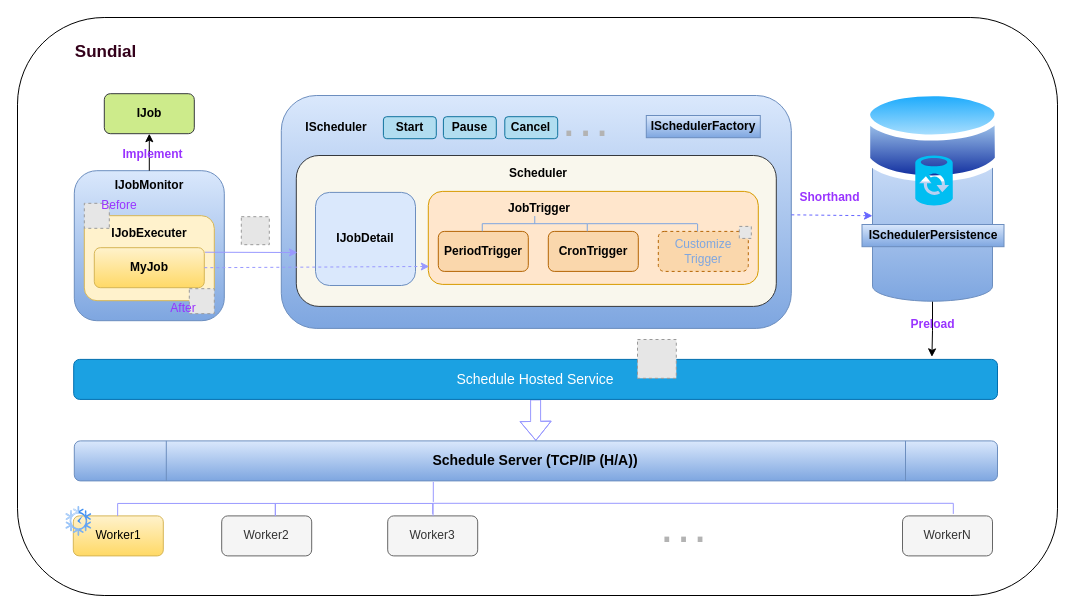
Before: drawio/Sundial.drawio in MonkSoul/Sundial, a draw.io diagram. Source tidied: cells renumbered, new cells numbered last; positions are measured from the earlier drawing's top-left corner, leaving out a move shared by most shapes. Both pictures are drawn from the tidied source at 100%, with x=0, y=0 at pixel (17, 17). Pictures stored in the file or linked from it are replaced by grey dashed boxes.
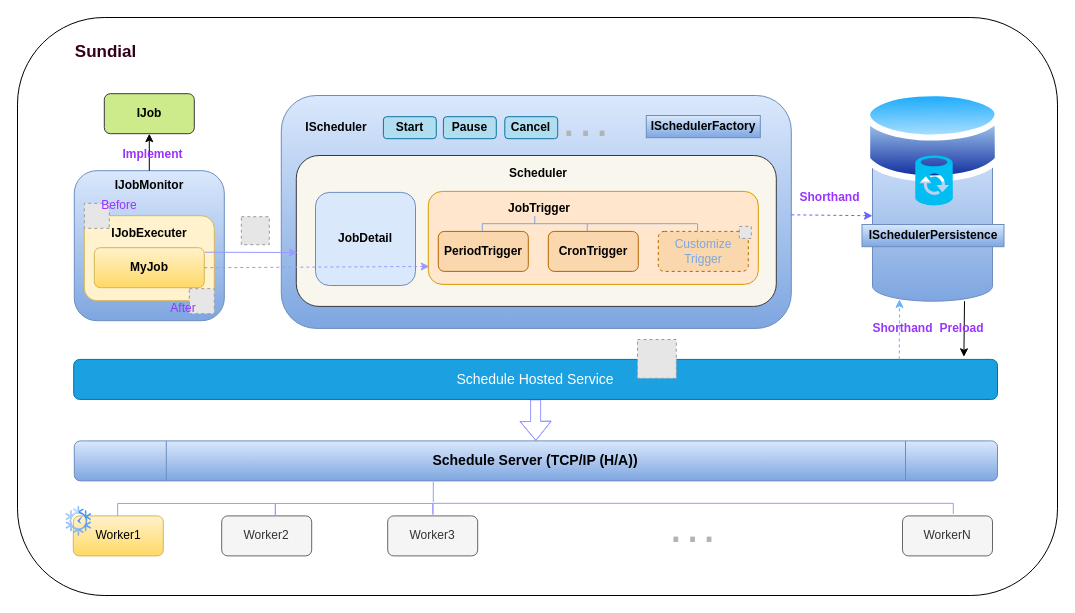
Above is the later version.

Unchanged cells that the change refers to:
```xml
<mxCell id="38" value="Schedule Hosted Service" style="rounded=1;whiteSpace=wrap;html=1;fontSize=14;strokeColor=#006EAF;strokeWidth=1;fillColor=#1ba1e2;fontColor=#ffffff;" parent="1" vertex="1">
  <mxGeometry x="56.2" y="341.9" width="923.8" height="40" as="geometry" />
</mxCell>
<mxCell id="52" style="shape=cylinder3;whiteSpace=wrap;html=1;boundedLbl=1;backgroundOutline=1;size=15;fillColor=#dae8fc;gradientColor=#7ea6e0;strokeColor=#6c8ebf;" parent="1" vertex="1">
  <mxGeometry x="855" y="112.8" width="120" height="170.9" as="geometry" />
</mxCell>
```

Diff of the diagram source:
```diff
@@
-    <mxCell id="11" value="IJobDetail" style="rounded=1;whiteSpace=wrap;html=1;fontStyle=1;fillColor=#dae8fc;strokeColor=#6c8ebf;" parent="1" vertex="1">
+    <mxCell id="11" value="JobDetail" style="rounded=1;whiteSpace=wrap;html=1;fontStyle=1;fillColor=#dae8fc;strokeColor=#6c8ebf;" parent="1" vertex="1">
       <mxGeometry x="298" y="174.9" width="100" height="93.1" as="geometry" />
     </mxCell>
@@
     <mxCell id="43" value="···" style="text;html=1;align=center;verticalAlign=middle;strokeColor=none;fillColor=none;fontColor=#B3B3B3;fontSize=50;" parent="1" vertex="1">
-      <mxGeometry x="631" y="483.4" width="70" height="70" as="geometry" />
+      <mxGeometry x="640" y="483.4" width="70" height="70" as="geometry" />
     </mxCell>
@@
-    <mxCell id="51" style="edgeStyle=orthogonalEdgeStyle;rounded=0;jettySize=auto;html=1;entryX=0.929;entryY=-0.063;entryDx=0;entryDy=0;entryPerimeter=0;" parent="1" edge="1" source="52" target="38">
-      <mxGeometry relative="1" as="geometry" />
+    <mxCell id="51" style="edgeStyle=orthogonalEdgeStyle;rounded=0;orthogonalLoop=1;jettySize=auto;html=1;entryX=0.929;entryY=-0.063;entryDx=0;entryDy=0;entryPerimeter=0;" parent="1" edge="1">
+      <mxGeometry relative="1" as="geometry">
+        <mxPoint x="947" y="283.7" as="sourcePoint" />
+        <mxPoint x="946.4" y="339.3" as="targetPoint" />
+        <Array as="points">
+          <mxPoint x="946" y="284" />
+        </Array>
+      </mxGeometry>
     </mxCell>
@@
     <mxCell id="53" value="Preload" style="text;html=1;align=center;verticalAlign=middle;strokeColor=none;fillColor=none;fontColor=#9933FF;fontStyle=1;" parent="1" vertex="1">
-      <mxGeometry x="880" y="292.2" width="70" height="30" as="geometry" />
+      <mxGeometry x="909" y="296.2" width="70" height="30" as="geometry" />
     </mxCell>
@@
+    <mxCell id="60" value="Shorthand" style="text;html=1;align=center;verticalAlign=middle;strokeColor=none;fillColor=none;fontColor=#9933FF;fontStyle=1;" parent="1" vertex="1">
+      <mxGeometry x="844.5" y="296.2" width="80" height="30" as="geometry" />
+    </mxCell>
+    <mxCell id="61" style="endArrow=classic;html=1;rounded=0;dashed=1;strokeColor=#66B2FF;" parent="1" edge="1">
+      <mxGeometry relative="1" as="geometry">
+        <mxPoint x="881.8" y="341.9" as="sourcePoint" />
+        <mxPoint x="882" y="281.9" as="targetPoint" />
+      </mxGeometry>
+    </mxCell>
```
